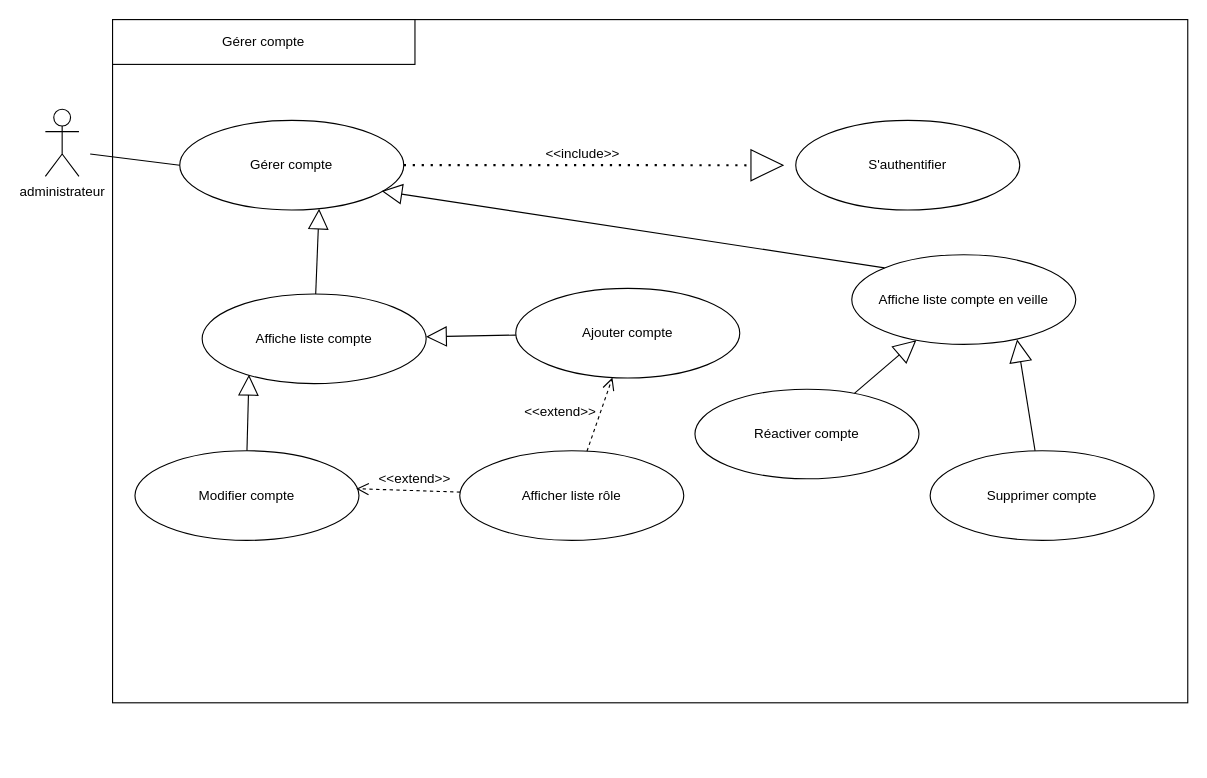
AbdelazizBs/GPAO-SpringApp keeps this draw.io diagram as cuGérerCompte.drawio. Above is the earlier version. Source tidied: cells renumbered, new cells numbered last; positions are measured from the earlier drawing's top-left corner, leaving out a move shared by most shapes. Both pictures are drawn from the tidied source at 112%, with x=0, y=0 at pixel (45, 19).
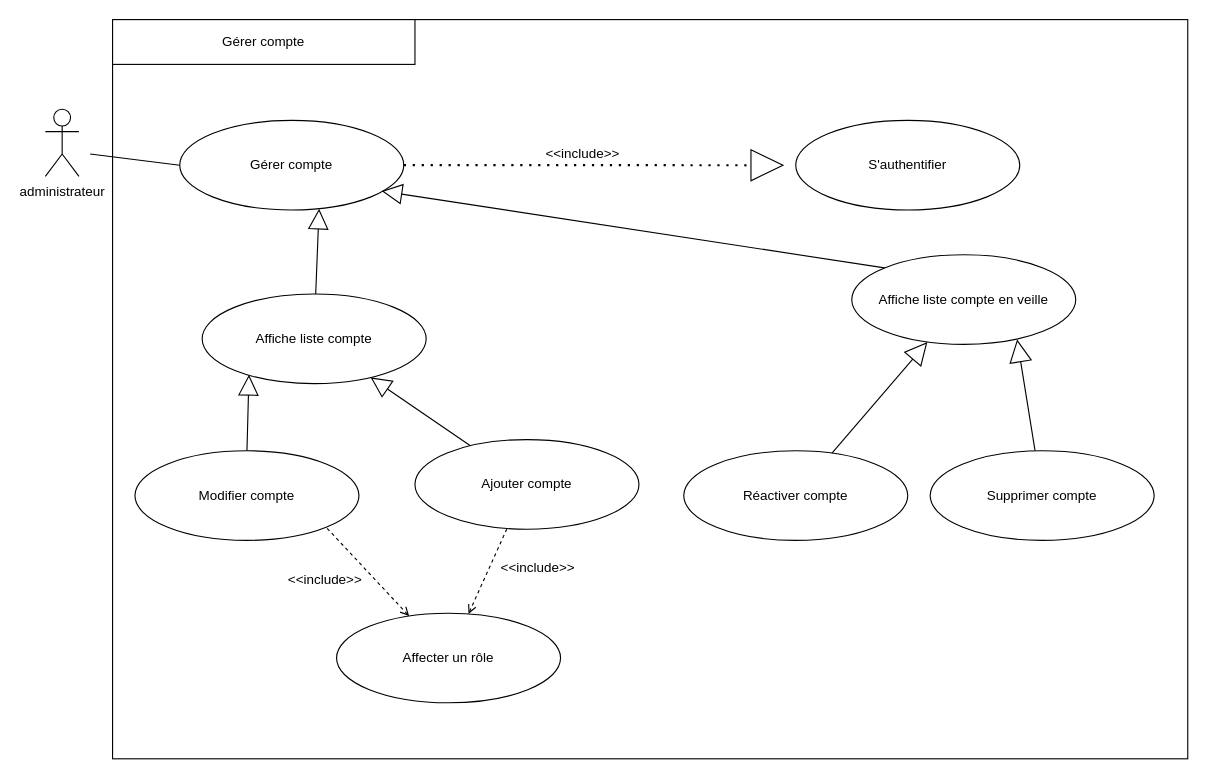
After the change.

Commit message:
Mettre à jour cuGérerCompte.drawio

Unchanged cells that the change refers to:
```xml
<mxCell id="16" value="Modifier compte" style="ellipse;whiteSpace=wrap;html=1;" parent="1" vertex="1">
  <mxGeometry x="80" y="385" width="200" height="80" as="geometry" />
</mxCell>
```

Change to the diagram source:
```diff
@@
     <mxCell id="2" style="rounded=0;whiteSpace=wrap;html=1;" parent="1" vertex="1">
-      <mxGeometry x="60" width="960" height="610" as="geometry" />
+      <mxGeometry x="60" width="960" height="660" as="geometry" />
     </mxCell>
@@
     <mxCell id="14" value="Réactiver compte" style="ellipse;whiteSpace=wrap;html=1;" parent="1" vertex="1">
-      <mxGeometry x="580" y="330" width="200" height="80" as="geometry" />
+      <mxGeometry x="570" y="385" width="200" height="80" as="geometry" />
     </mxCell>
@@
     <mxCell id="22" value="Ajouter compte" style="ellipse;whiteSpace=wrap;html=1;" parent="1" vertex="1">
-      <mxGeometry x="420" y="240" width="200" height="80" as="geometry" />
+      <mxGeometry x="330" y="375" width="200" height="80" as="geometry" />
     </mxCell>
-    <mxCell id="23" style="rounded=0;jettySize=auto;html=1;dashed=1;endArrow=open;endFill=0;endSize=9;" parent="1" edge="1" source="25" target="22">
+    <mxCell id="23" style="rounded=0;jettySize=auto;html=1;dashed=1;endArrow=none;endFill=0;endSize=9;startArrow=open;startFill=0;" parent="1" edge="1" source="25" target="22">
       <mxGeometry relative="1" as="geometry" />
     </mxCell>
-    <mxCell id="24" style="rounded=0;jettySize=auto;html=1;entryX=0.988;entryY=0.423;entryDx=0;entryDy=0;entryPerimeter=0;dashed=1;endArrow=open;endFill=0;endSize=9;" parent="1" edge="1" source="25" target="16">
+    <mxCell id="24" style="rounded=0;jettySize=auto;html=1;entryX=1;entryY=1;entryDx=0;entryDy=0;dashed=1;endArrow=none;endFill=0;endSize=9;startArrow=open;startFill=0;" parent="1" edge="1" source="25" target="16">
       <mxGeometry relative="1" as="geometry" />
     </mxCell>
-    <mxCell id="25" value="Afficher liste rôle" style="ellipse;whiteSpace=wrap;html=1;" parent="1" vertex="1">
-      <mxGeometry x="370" y="385" width="200" height="80" as="geometry" />
+    <mxCell id="25" value="Affecter un rôle" style="ellipse;whiteSpace=wrap;html=1;" parent="1" vertex="1">
+      <mxGeometry x="260" y="530" width="200" height="80" as="geometry" />
     </mxCell>
-    <mxCell id="26" value="&amp;lt;&amp;lt;extend&amp;gt;&amp;gt;" style="text;html=1;strokeColor=none;fillColor=none;align=center;verticalAlign=middle;whiteSpace=wrap;rounded=0;" parent="1" vertex="1">
-      <mxGeometry x="310" y="400" width="40" height="20" as="geometry" />
+    <mxCell id="26" value="&amp;lt;&amp;lt;include&amp;gt;&amp;gt;" style="text;html=1;strokeColor=none;fillColor=none;align=center;verticalAlign=middle;whiteSpace=wrap;rounded=0;" parent="1" vertex="1">
+      <mxGeometry x="230" y="490" width="40" height="20" as="geometry" />
     </mxCell>
-    <mxCell id="27" value="&amp;lt;&amp;lt;extend&amp;gt;&amp;gt;" style="text;html=1;strokeColor=none;fillColor=none;align=center;verticalAlign=middle;whiteSpace=wrap;rounded=0;" parent="1" vertex="1">
-      <mxGeometry x="440" y="340" width="40" height="20" as="geometry" />
-    </mxCell>
+    <mxCell id="28" value="&amp;lt;&amp;lt;include&amp;gt;&amp;gt;" style="text;html=1;strokeColor=none;fillColor=none;align=center;verticalAlign=middle;whiteSpace=wrap;rounded=0;" parent="1" vertex="1">
+      <mxGeometry x="420" y="480" width="40" height="20" as="geometry" />
+    </mxCell>
```
